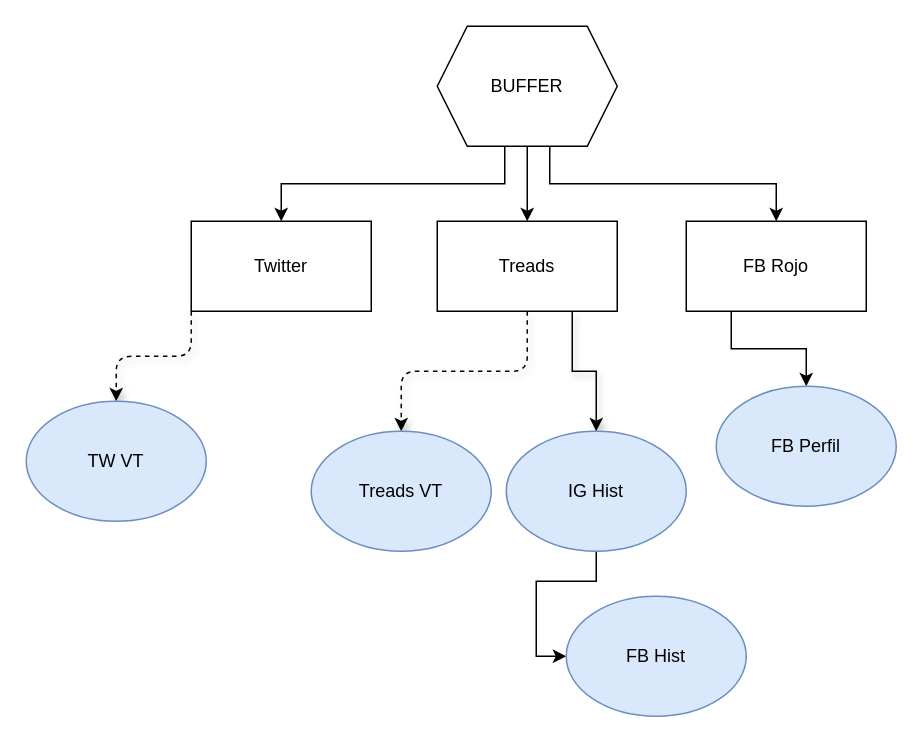
The draw.io diagram Diagrama sin título.drawio in xdattamx/mmntoDB, before the edit. Source tidied: cells renumbered, new cells numbered last; positions are measured from the earlier drawing's top-left corner, leaving out a move shared by most shapes. Both pictures are drawn from the tidied source at 150%, with x=0, y=0 at pixel (26, 26).
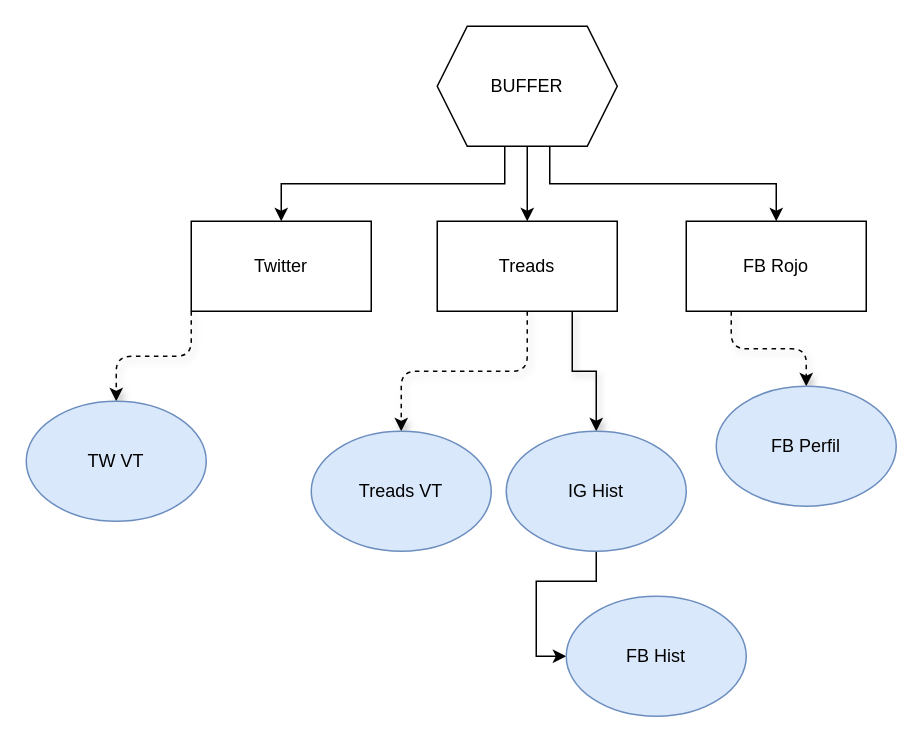
The same diagram, later.

Change to the diagram source:
```diff
@@
 <mxGraphModel>
   <root>
     <mxCell id="0" />
     <mxCell id="1" parent="0" />
     <mxCell id="2" style="edgeStyle=orthogonalEdgeStyle;rounded=0;jettySize=auto;html=1;exitX=0.375;exitY=1;exitDx=0;exitDy=0;entryX=0.5;entryY=0;entryDx=0;entryDy=0;" parent="1" edge="1" source="5" target="7">
       <mxGeometry relative="1" as="geometry" />
     </mxCell>
     <mxCell id="3" style="edgeStyle=orthogonalEdgeStyle;rounded=0;jettySize=auto;html=1;exitX=0.5;exitY=1;exitDx=0;exitDy=0;entryX=0.5;entryY=0;entryDx=0;entryDy=0;" parent="1" edge="1" source="5" target="10">
       <mxGeometry relative="1" as="geometry" />
     </mxCell>
     <mxCell id="4" style="edgeStyle=orthogonalEdgeStyle;rounded=0;jettySize=auto;html=1;exitX=0.625;exitY=1;exitDx=0;exitDy=0;entryX=0.5;entryY=0;entryDx=0;entryDy=0;" parent="1" edge="1" source="5" target="12">
       <mxGeometry relative="1" as="geometry" />
     </mxCell>
     <mxCell id="5" value="BUFFER" style="shape=hexagon;perimeter=hexagonPerimeter2;whiteSpace=wrap;html=1;fixedSize=1;" parent="1" vertex="1">
       <mxGeometry x="274" width="120" height="80" as="geometry" />
     </mxCell>
     <mxCell id="6" style="edgeStyle=orthogonalEdgeStyle;rounded=1;jettySize=auto;html=1;exitX=0;exitY=1;exitDx=0;exitDy=0;entryX=0.5;entryY=0;entryDx=0;entryDy=0;shadow=1;strokeColor=default;curved=0;flowAnimation=0;dashed=1;" parent="1" edge="1" source="7" target="13">
       <mxGeometry relative="1" as="geometry" />
     </mxCell>
     <mxCell id="7" value="T&lt;span style=&quot;background-color: initial;&quot;&gt;witter&lt;/span&gt;" style="whiteSpace=wrap;html=1;" parent="1" vertex="1">
       <mxGeometry x="110" y="130" width="120" height="60" as="geometry" />
     </mxCell>
     <mxCell id="8" style="edgeStyle=orthogonalEdgeStyle;rounded=1;jettySize=auto;html=1;exitX=0.5;exitY=1;exitDx=0;exitDy=0;entryX=0.5;entryY=0;entryDx=0;entryDy=0;shadow=1;dashed=1;strokeColor=default;align=center;verticalAlign=middle;fontFamily=Helvetica;fontSize=11;fontColor=default;labelBackgroundColor=default;endArrow=classic;flowAnimation=0;curved=0;" parent="1" edge="1" source="10" target="14">
       <mxGeometry relative="1" as="geometry" />
     </mxCell>
     <mxCell id="9" style="edgeStyle=orthogonalEdgeStyle;rounded=0;jettySize=auto;html=1;exitX=0.75;exitY=1;exitDx=0;exitDy=0;shadow=1;strokeColor=default;align=center;verticalAlign=middle;fontFamily=Helvetica;fontSize=11;fontColor=default;labelBackgroundColor=default;endArrow=classic;flowAnimation=0;curved=0;" parent="1" edge="1" source="10" target="16">
       <mxGeometry relative="1" as="geometry" />
     </mxCell>
     <mxCell id="10" value="Treads" style="rounded=0;whiteSpace=wrap;html=1;" parent="1" vertex="1">
       <mxGeometry x="274" y="130" width="120" height="60" as="geometry" />
     </mxCell>
-    <mxCell id="11" style="edgeStyle=orthogonalEdgeStyle;rounded=0;jettySize=auto;html=1;exitX=0.25;exitY=1;exitDx=0;exitDy=0;entryX=0.5;entryY=0;entryDx=0;entryDy=0;" parent="1" edge="1" source="12" target="18">
+    <mxCell id="11" style="edgeStyle=orthogonalEdgeStyle;rounded=1;jettySize=auto;html=1;exitX=0.25;exitY=1;exitDx=0;exitDy=0;entryX=0.5;entryY=0;entryDx=0;entryDy=0;shadow=1;dashed=1;strokeColor=default;align=center;verticalAlign=middle;fontFamily=Helvetica;fontSize=11;fontColor=default;labelBackgroundColor=default;endArrow=classic;flowAnimation=0;curved=0;" parent="1" edge="1" source="12" target="18">
       <mxGeometry relative="1" as="geometry" />
     </mxCell>
     <mxCell id="12" value="FB Rojo" style="rounded=0;whiteSpace=wrap;html=1;" parent="1" vertex="1">
       <mxGeometry x="440" y="130" width="120" height="60" as="geometry" />
     </mxCell>
     <mxCell id="13" value="TW VT" style="ellipse;whiteSpace=wrap;html=1;fillColor=#dae8fc;strokeColor=#6c8ebf;" parent="1" vertex="1">
       <mxGeometry y="250" width="120" height="80" as="geometry" />
     </mxCell>
     <mxCell id="14" value="Treads VT" style="ellipse;whiteSpace=wrap;html=1;fillColor=#dae8fc;strokeColor=#6c8ebf;" parent="1" vertex="1">
       <mxGeometry x="190" y="270" width="120" height="80" as="geometry" />
     </mxCell>
     <mxCell id="15" style="edgeStyle=orthogonalEdgeStyle;rounded=0;jettySize=auto;html=1;exitX=0.5;exitY=1;exitDx=0;exitDy=0;entryX=0;entryY=0.5;entryDx=0;entryDy=0;" parent="1" edge="1" source="16" target="17">
       <mxGeometry relative="1" as="geometry" />
     </mxCell>
     <mxCell id="16" value="IG Hist" style="ellipse;whiteSpace=wrap;html=1;fillColor=#dae8fc;strokeColor=#6c8ebf;" parent="1" vertex="1">
       <mxGeometry x="320" y="270" width="120" height="80" as="geometry" />
     </mxCell>
     <mxCell id="17" value="FB Hist" style="ellipse;whiteSpace=wrap;html=1;fillColor=#dae8fc;strokeColor=#6c8ebf;" parent="1" vertex="1">
       <mxGeometry x="360" y="380" width="120" height="80" as="geometry" />
     </mxCell>
     <mxCell id="18" value="FB Perfil" style="ellipse;whiteSpace=wrap;html=1;fillColor=#dae8fc;strokeColor=#6c8ebf;" parent="1" vertex="1">
       <mxGeometry x="460" y="240" width="120" height="80" as="geometry" />
     </mxCell>
   </root>
 </mxGraphModel>
```
